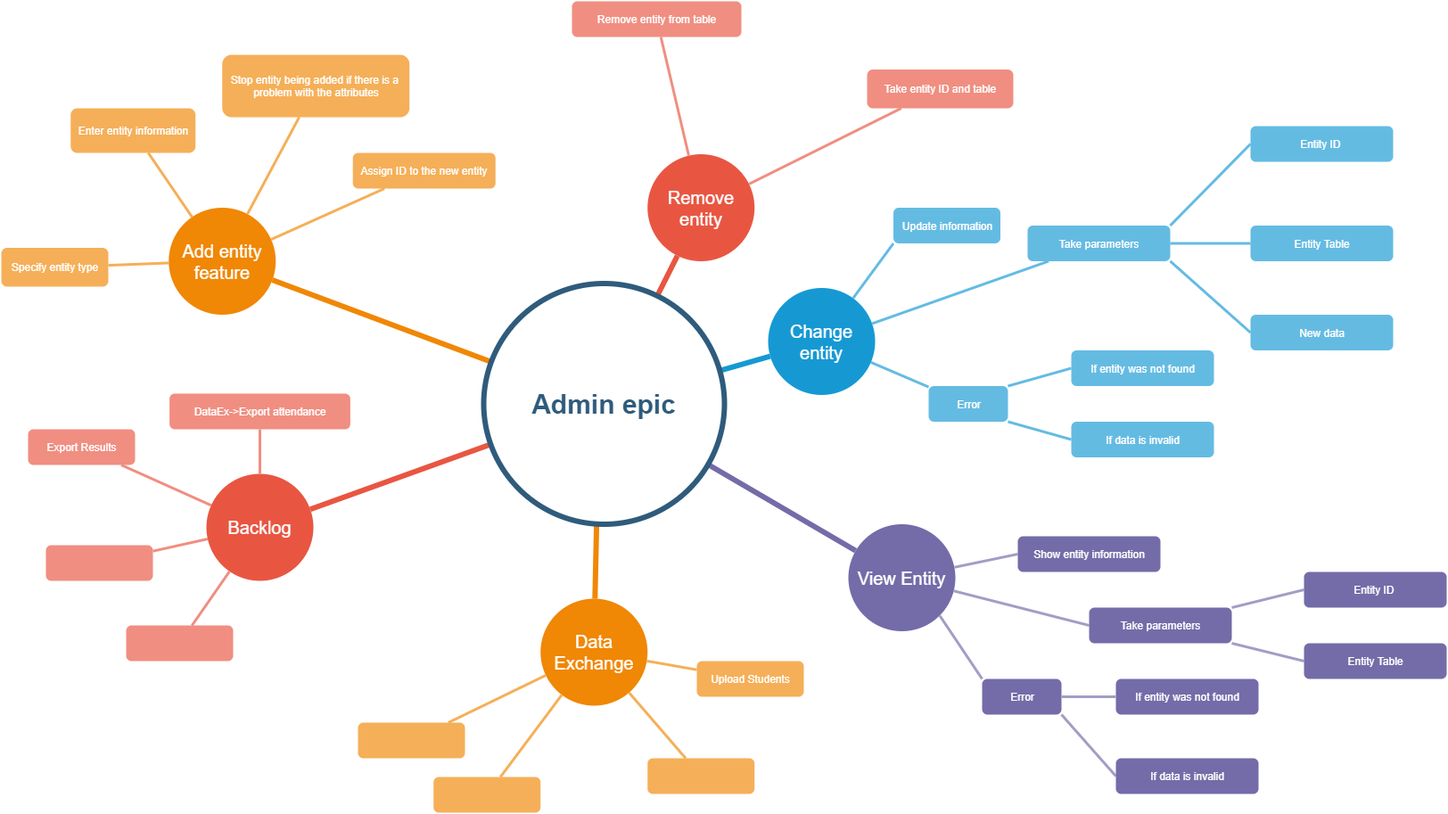
Earlier version of the draw.io export 2021/specs/studmgr/admin/admin.png (JohnAPedagogy/ProgressiveStudentHackathon). Source tidied: cells renumbered, new cells last; positions are measured from the earlier drawing's top-left corner, leaving out a move shared by most shapes.
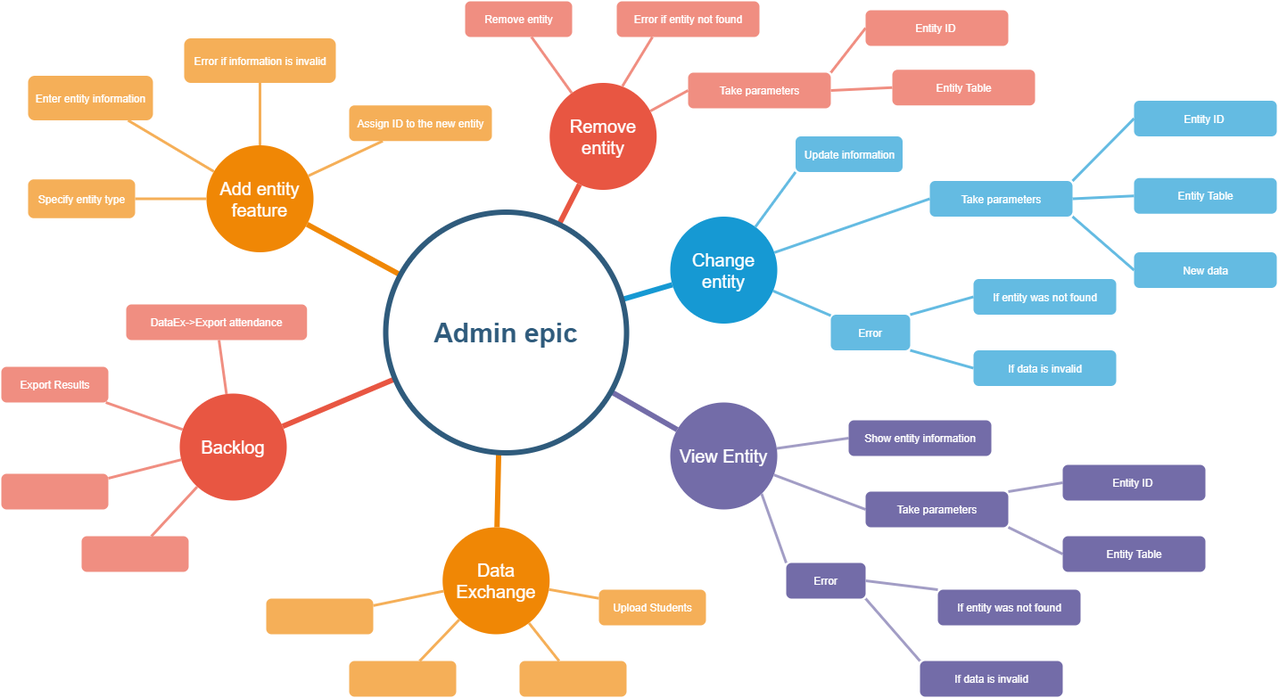
The same file after the commit.

Commit message:
Admin diagram updated

What changed in the source:
```diff
@@ -3,7 +3,7 @@
     <mxCell id="0" />
     <mxCell id="1" parent="0" />
     <mxCell id="2" value="Add entity feature" style="ellipse;whiteSpace=wrap;html=1;shadow=0;fontFamily=Helvetica;fontSize=20;fontColor=#FFFFFF;align=center;strokeWidth=3;fillColor=#F08705;strokeColor=none;gradientColor=none;" parent="1" vertex="1">
-      <mxGeometry x="187.8" y="231.5" width="120" height="120" as="geometry" />
+      <mxGeometry x="340" y="241.5" width="120" height="120" as="geometry" />
     </mxCell>
     <mxCell id="3" value="Remove entity" style="ellipse;whiteSpace=wrap;html=1;shadow=0;fontFamily=Helvetica;fontSize=20;fontColor=#FFFFFF;align=center;strokeWidth=3;fillColor=#E85642;strokeColor=none;" parent="1" vertex="1">
       <mxGeometry x="724.8" y="171.5" width="120" height="120" as="geometry" />
@@ -12,13 +12,13 @@
       <mxGeometry x="860" y="321.5" width="120" height="120" as="geometry" />
     </mxCell>
     <mxCell id="5" value="View Entity" style="ellipse;whiteSpace=wrap;html=1;shadow=0;fontFamily=Helvetica;fontSize=20;fontColor=#FFFFFF;align=center;strokeWidth=3;strokeColor=none;fillColor=#736CA8;" parent="1" vertex="1">
-      <mxGeometry x="950" y="586.5" width="120" height="120" as="geometry" />
+      <mxGeometry x="860" y="530" width="120" height="120" as="geometry" />
     </mxCell>
     <mxCell id="6" value="Data Exchange" style="ellipse;whiteSpace=wrap;html=1;shadow=0;fontFamily=Helvetica;fontSize=20;fontColor=#FFFFFF;align=center;strokeWidth=3;fillColor=#F08705;strokeColor=none;" parent="1" vertex="1">
       <mxGeometry x="604.8" y="670" width="120" height="120" as="geometry" />
     </mxCell>
     <mxCell id="7" value="Backlog" style="ellipse;whiteSpace=wrap;html=1;shadow=0;fontFamily=Helvetica;fontSize=20;fontColor=#FFFFFF;align=center;strokeWidth=3;fillColor=#E85642;strokeColor=none;" parent="1" vertex="1">
-      <mxGeometry x="230" y="530" width="120" height="120" as="geometry" />
+      <mxGeometry x="310" y="520" width="120" height="120" as="geometry" />
     </mxCell>
     <mxCell id="8" style="endArrow=none;strokeWidth=6;strokeColor=#f08705;html=1;" parent="1" edge="1" source="49" target="2">
       <mxGeometry relative="1" as="geometry" />
@@ -39,16 +39,16 @@
       <mxGeometry x="181" y="226.5" as="geometry" />
     </mxCell>
     <mxCell id="14" value="Specify entity type" style="rounded=1;fillColor=#f5af58;strokeColor=none;strokeWidth=3;shadow=0;html=1;fontColor=#FFFFFF;" parent="1" vertex="1">
-      <mxGeometry y="276.5" width="120" height="43.5" as="geometry" />
+      <mxGeometry x="140" y="279.8" width="120" height="43.5" as="geometry" />
     </mxCell>
     <mxCell id="15" value="Enter entity information" style="rounded=1;fillColor=#f5af58;strokeColor=none;strokeWidth=3;shadow=0;html=1;fontColor=#FFFFFF;" parent="1" vertex="1">
-      <mxGeometry x="77.8" y="120" width="140" height="50" as="geometry" />
+      <mxGeometry x="140" y="163.5" width="140" height="50" as="geometry" />
     </mxCell>
-    <mxCell id="16" value="Stop entity being added if there is a &lt;br&gt;problem with the attributes" style="rounded=1;fillColor=#f5af58;strokeColor=none;strokeWidth=3;shadow=0;html=1;fontColor=#FFFFFF;" parent="1" vertex="1">
-      <mxGeometry x="247.8" y="60" width="210" height="70" as="geometry" />
+    <mxCell id="16" value="Error if information is invalid" style="rounded=1;fillColor=#f5af58;strokeColor=none;strokeWidth=3;shadow=0;html=1;fontColor=#FFFFFF;" parent="1" vertex="1">
+      <mxGeometry x="315" y="121.5" width="170" height="50" as="geometry" />
     </mxCell>
     <mxCell id="17" value="Assign ID to the new entity" style="rounded=1;fillColor=#f5af58;strokeColor=none;strokeWidth=3;shadow=0;html=1;fontColor=#FFFFFF;" parent="1" vertex="1">
-      <mxGeometry x="394.2" y="170" width="160" height="40" as="geometry" />
+      <mxGeometry x="500" y="196.8" width="160" height="40" as="geometry" />
     </mxCell>
     <mxCell id="18" style="edgeStyle=none;endArrow=none;strokeWidth=3;strokeColor=#F5AF58;html=1;" parent="1" edge="1" source="2" target="14">
       <mxGeometry x="-452.2" y="221.5" as="geometry" />
@@ -62,20 +62,17 @@
     <mxCell id="21" style="edgeStyle=none;endArrow=none;strokeWidth=3;strokeColor=#F5AF58;html=1;" parent="1" edge="1" source="2" target="17">
       <mxGeometry x="-452.2" y="221.5" as="geometry" />
     </mxCell>
-    <mxCell id="22" value="Remove entity from table" style="rounded=1;fillColor=#f08e81;strokeColor=none;strokeWidth=3;shadow=0;html=1;fontColor=#FFFFFF;" parent="1" vertex="1">
-      <mxGeometry x="640" width="190" height="40" as="geometry" />
+    <mxCell id="22" value="Remove entity" style="rounded=1;fillColor=#f08e81;strokeColor=none;strokeWidth=3;shadow=0;html=1;fontColor=#FFFFFF;" parent="1" vertex="1">
+      <mxGeometry x="630" y="80" width="120" height="40" as="geometry" />
     </mxCell>
-    <mxCell id="23" value="Take entity ID and table" style="rounded=1;fillColor=#f08e81;strokeColor=none;strokeWidth=3;shadow=0;html=1;fontColor=#FFFFFF;" parent="1" vertex="1">
-      <mxGeometry x="971" y="76.5" width="164" height="43.5" as="geometry" />
-    </mxCell>
     <mxCell id="24" style="edgeStyle=none;endArrow=none;strokeWidth=3;strokeColor=#F08E81;html=1;" parent="1" edge="1" source="3" target="22">
       <mxGeometry x="-227.8" y="116.5" as="geometry" />
     </mxCell>
-    <mxCell id="25" style="edgeStyle=none;endArrow=none;strokeWidth=3;strokeColor=#F08E81;html=1;" parent="1" edge="1" source="3" target="23">
+    <mxCell id="25" style="edgeStyle=none;endArrow=none;strokeWidth=3;strokeColor=#F08E81;html=1;entryX=0;entryY=0.5;entryDx=0;entryDy=0;" parent="1" edge="1" source="3" target="73">
       <mxGeometry x="-227.8" y="116.5" as="geometry" />
     </mxCell>
     <mxCell id="26" value="Take parameters" style="rounded=1;fillColor=#64BBE2;strokeColor=none;strokeWidth=3;shadow=0;html=1;fontColor=#FFFFFF;" parent="1" vertex="1">
-      <mxGeometry x="1151" y="251.5" width="160" height="40" as="geometry" />
+      <mxGeometry x="1151" y="281.5" width="160" height="40" as="geometry" />
     </mxCell>
     <mxCell id="27" value="Update information" style="rounded=1;fillColor=#64BBE2;strokeColor=none;strokeWidth=3;shadow=0;html=1;fontColor=#FFFFFF;" parent="1" vertex="1">
       <mxGeometry x="1000.5" y="231.5" width="120" height="40" as="geometry" />
@@ -83,7 +80,7 @@
     <mxCell id="28" value="Error" style="rounded=1;fillColor=#64BBE2;strokeColor=none;strokeWidth=3;shadow=0;html=1;fontColor=#FFFFFF;" parent="1" vertex="1">
       <mxGeometry x="1040" y="431.5" width="89" height="40" as="geometry" />
     </mxCell>
-    <mxCell id="29" style="edgeStyle=none;endArrow=none;strokeWidth=3;strokeColor=#64BBE2;html=1;" parent="1" edge="1" source="4" target="26">
+    <mxCell id="29" style="edgeStyle=none;endArrow=none;strokeWidth=3;strokeColor=#64BBE2;html=1;entryX=0;entryY=0.5;entryDx=0;entryDy=0;" parent="1" edge="1" source="4" target="26">
       <mxGeometry x="-84" y="148" as="geometry" />
     </mxCell>
     <mxCell id="30" style="edgeStyle=none;endArrow=none;strokeWidth=3;strokeColor=#64BBE2;html=1;entryX=0;entryY=1;entryDx=0;entryDy=0;" parent="1" edge="1" source="4" target="27">
@@ -96,13 +93,13 @@
       <mxGeometry x="181" y="-168.5" as="geometry" />
     </mxCell>
     <mxCell id="33" style="rounded=1;fillColor=#f5af58;strokeColor=none;strokeWidth=3;shadow=0;html=1;fontColor=#FFFFFF;" parent="1" vertex="1">
-      <mxGeometry x="724.8" y="849" width="120" height="40" as="geometry" />
+      <mxGeometry x="691" y="820" width="120" height="40" as="geometry" />
     </mxCell>
     <mxCell id="34" style="rounded=1;fillColor=#f5af58;strokeColor=none;strokeWidth=3;shadow=0;html=1;fontColor=#FFFFFF;" parent="1" vertex="1">
-      <mxGeometry x="484.8" y="870" width="120" height="40" as="geometry" />
+      <mxGeometry x="500" y="820" width="120" height="40" as="geometry" />
     </mxCell>
     <mxCell id="35" style="rounded=1;fillColor=#f5af58;strokeColor=none;strokeWidth=3;shadow=0;html=1;fontColor=#FFFFFF;" parent="1" vertex="1">
-      <mxGeometry x="400" y="809" width="120" height="40" as="geometry" />
+      <mxGeometry x="407" y="750" width="120" height="40" as="geometry" />
     </mxCell>
     <mxCell id="36" value="Upload Students" style="rounded=1;fillColor=#f5af58;strokeColor=none;strokeWidth=3;shadow=0;html=1;fontColor=#FFFFFF;" parent="1" vertex="1">
       <mxGeometry x="780" y="740" width="120" height="40" as="geometry" />
@@ -120,16 +117,16 @@
       <mxGeometry x="111" y="-123.5" as="geometry" />
     </mxCell>
     <mxCell id="41" value="DataEx-&amp;gt;Export attendance" style="rounded=1;fillColor=#f08e81;strokeColor=none;strokeWidth=3;shadow=0;html=1;fontColor=#FFFFFF;" parent="1" vertex="1">
-      <mxGeometry x="188.6" y="440" width="202.8" height="40" as="geometry" />
+      <mxGeometry x="250" y="420" width="202.8" height="40" as="geometry" />
     </mxCell>
     <mxCell id="42" value="Export Results" style="rounded=1;fillColor=#f08e81;strokeColor=none;strokeWidth=3;shadow=0;html=1;fontColor=#FFFFFF;" parent="1" vertex="1">
-      <mxGeometry x="30" y="480" width="120" height="40" as="geometry" />
+      <mxGeometry x="110" y="490" width="120" height="40" as="geometry" />
     </mxCell>
     <mxCell id="43" style="rounded=1;fillColor=#f08e81;strokeColor=none;strokeWidth=3;shadow=0;html=1;fontColor=#FFFFFF;" parent="1" vertex="1">
-      <mxGeometry x="50" y="610" width="120" height="40" as="geometry" />
+      <mxGeometry x="110" y="610" width="120" height="40" as="geometry" />
     </mxCell>
     <mxCell id="44" style="rounded=1;fillColor=#f08e81;strokeColor=none;strokeWidth=3;shadow=0;html=1;fontColor=#FFFFFF;" parent="1" vertex="1">
-      <mxGeometry x="140" y="700" width="120" height="40" as="geometry" />
+      <mxGeometry x="200" y="680" width="120" height="40" as="geometry" />
     </mxCell>
     <mxCell id="45" style="edgeStyle=none;endArrow=none;strokeWidth=3;strokeColor=#F08E81;html=1;" parent="1" edge="1" source="7" target="41">
       <mxGeometry x="30" y="-88.5" as="geometry" />
@@ -165,55 +162,76 @@
       <mxGeometry x="7" y="8" as="geometry" />
     </mxCell>
     <mxCell id="56" value="Entity ID&amp;nbsp;" style="rounded=1;fillColor=#64BBE2;strokeColor=none;strokeWidth=3;shadow=0;html=1;fontColor=#FFFFFF;" parent="1" vertex="1">
-      <mxGeometry x="1401" y="140" width="160" height="40" as="geometry" />
+      <mxGeometry x="1380" y="191.5" width="160" height="40" as="geometry" />
     </mxCell>
     <mxCell id="57" style="edgeStyle=none;endArrow=none;strokeWidth=3;strokeColor=#64BBE2;html=1;entryX=1;entryY=1;entryDx=0;entryDy=0;exitX=0;exitY=0.5;exitDx=0;exitDy=0;" parent="1" edge="1" source="58" target="26">
       <mxGeometry x="38" y="186.5" as="geometry" />
     </mxCell>
     <mxCell id="58" value="New data" style="rounded=1;fillColor=#64BBE2;strokeColor=none;strokeWidth=3;shadow=0;html=1;fontColor=#FFFFFF;" parent="1" vertex="1">
-      <mxGeometry x="1401" y="351.5" width="160" height="40" as="geometry" />
+      <mxGeometry x="1380" y="361.5" width="160" height="40" as="geometry" />
     </mxCell>
     <mxCell id="59" style="edgeStyle=none;endArrow=none;strokeWidth=3;strokeColor=#64BBE2;html=1;entryX=1;entryY=0.5;entryDx=0;entryDy=0;exitX=0;exitY=0.5;exitDx=0;exitDy=0;" parent="1" edge="1" source="60" target="26">
       <mxGeometry x="96" y="108" as="geometry" />
     </mxCell>
     <mxCell id="60" value="Entity Table" style="rounded=1;fillColor=#64BBE2;strokeColor=none;strokeWidth=3;shadow=0;html=1;fontColor=#FFFFFF;" parent="1" vertex="1">
-      <mxGeometry x="1401" y="251.5" width="160" height="40" as="geometry" />
+      <mxGeometry x="1380" y="278.2" width="160" height="40" as="geometry" />
     </mxCell>
     <mxCell id="61" value="Take parameters" style="strokeWidth=3;html=1;strokeColor=none;fontSize=12;rounded=1;shadow=0;fillColor=#736CA8;fontColor=#FFFFFF;" parent="1" vertex="1">
-      <mxGeometry x="1220" y="680" width="160" height="40" as="geometry" />
+      <mxGeometry x="1079" y="630" width="160" height="40" as="geometry" />
     </mxCell>
     <mxCell id="62" value="&lt;font color=&quot;#ffffff&quot;&gt;Show entity information&lt;/font&gt;" style="strokeWidth=3;html=1;fontSize=12;rounded=1;shadow=0;strokeColor=none;fillColor=#736CA8;" parent="1" vertex="1">
-      <mxGeometry x="1140" y="600" width="160" height="40" as="geometry" />
+      <mxGeometry x="1060" y="550" width="160" height="40" as="geometry" />
     </mxCell>
     <mxCell id="63" value="Error" style="strokeWidth=3;html=1;strokeColor=none;fontSize=12;rounded=1;shadow=0;fillColor=#736CA8;fontColor=#FFFFFF;" parent="1" vertex="1">
-      <mxGeometry x="1100" y="760" width="89" height="40" as="geometry" />
+      <mxGeometry x="990" y="710" width="89" height="40" as="geometry" />
     </mxCell>
     <mxCell id="64" value="If entity was not found" style="strokeWidth=3;html=1;strokeColor=none;fontSize=12;rounded=1;shadow=0;fillColor=#736CA8;fontColor=#FFFFFF;" parent="1" vertex="1">
-      <mxGeometry x="1250" y="760" width="160" height="40" as="geometry" />
+      <mxGeometry x="1160" y="740" width="160" height="40" as="geometry" />
     </mxCell>
-    <mxCell id="65" style="edgeStyle=none;endArrow=none;strokeWidth=3;html=1;entryX=1;entryY=1;entryDx=0;entryDy=0;exitX=0;exitY=0.5;exitDx=0;exitDy=0;strokeColor=#A29DC5;fontSize=11;fontColor=#FFFFFF;" parent="1" edge="1" source="66" target="63">
+    <mxCell id="65" style="edgeStyle=none;endArrow=none;strokeWidth=3;html=1;entryX=1;entryY=1;entryDx=0;entryDy=0;exitX=0;exitY=0;exitDx=0;exitDy=0;strokeColor=#A29DC5;fontSize=11;fontColor=#FFFFFF;" parent="1" edge="1" source="66" target="63">
       <mxGeometry x="58" y="714" as="geometry" />
     </mxCell>
     <mxCell id="66" value="If data is invalid" style="strokeWidth=3;html=1;strokeColor=none;fontSize=12;rounded=1;shadow=0;fillColor=#736CA8;fontColor=#FFFFFF;" parent="1" vertex="1">
-      <mxGeometry x="1250" y="849" width="160" height="40" as="geometry" />
+      <mxGeometry x="1140" y="820" width="160" height="40" as="geometry" />
     </mxCell>
     <mxCell id="67" style="edgeStyle=none;endArrow=none;strokeWidth=3;html=1;entryX=1;entryY=0;entryDx=0;entryDy=0;exitX=0;exitY=0.5;exitDx=0;exitDy=0;strokeColor=#A29DC5;fontSize=11;fontColor=#FFFFFF;" parent="1" edge="1" source="68" target="61">
       <mxGeometry x="306.5" y="476.5" as="geometry" />
     </mxCell>
     <mxCell id="68" value="Entity ID&amp;nbsp;" style="strokeWidth=3;html=1;strokeColor=none;fontSize=12;rounded=1;shadow=0;fillColor=#736CA8;fontColor=#FFFFFF;" parent="1" vertex="1">
-      <mxGeometry x="1461" y="640" width="160" height="40" as="geometry" />
+      <mxGeometry x="1300" y="600" width="160" height="40" as="geometry" />
     </mxCell>
     <mxCell id="69" style="edgeStyle=none;endArrow=none;strokeWidth=3;html=1;entryX=1;entryY=1;entryDx=0;entryDy=0;exitX=0;exitY=0.5;exitDx=0;exitDy=0;strokeColor=#A29DC5;fontSize=11;fontColor=#FFFFFF;" parent="1" edge="1" source="70" target="61">
       <mxGeometry x="395.5" y="576.5" as="geometry" />
     </mxCell>
     <mxCell id="70" value="Entity Table" style="strokeWidth=3;html=1;strokeColor=none;fontSize=12;rounded=1;shadow=0;fillColor=#736CA8;fontColor=#FFFFFF;" parent="1" vertex="1">
-      <mxGeometry x="1461" y="720" width="160" height="40" as="geometry" />
+      <mxGeometry x="1300" y="680" width="160" height="40" as="geometry" />
     </mxCell>
     <mxCell id="71" style="edgeStyle=none;endArrow=none;strokeWidth=3;strokeColor=#A29DC5;html=1;entryX=0;entryY=0;entryDx=0;entryDy=0;exitX=1;exitY=1;exitDx=0;exitDy=0;" parent="1" edge="1" source="5" target="63">
       <mxGeometry x="-1234" y="-463.5" as="geometry" />
     </mxCell>
-    <mxCell id="72" style="edgeStyle=none;endArrow=none;strokeWidth=3;html=1;entryX=1;entryY=0.5;entryDx=0;entryDy=0;exitX=0;exitY=0.5;exitDx=0;exitDy=0;strokeColor=#A29DC5;fontSize=11;fontColor=#FFFFFF;" parent="1" edge="1" source="64" target="63">
+    <mxCell id="72" style="edgeStyle=none;endArrow=none;strokeWidth=3;html=1;entryX=1;entryY=0.5;entryDx=0;entryDy=0;exitX=0;exitY=0;exitDx=0;exitDy=0;strokeColor=#A29DC5;fontSize=11;fontColor=#FFFFFF;" parent="1" edge="1" source="64" target="63">
       <mxGeometry x="316.5" y="486.5" as="geometry" />
     </mxCell>
+    <mxCell id="73" value="Take parameters" style="rounded=1;fillColor=#f08e81;strokeColor=none;strokeWidth=3;shadow=0;html=1;fontColor=#FFFFFF;" parent="1" vertex="1">
+      <mxGeometry x="880" y="160" width="160" height="40" as="geometry" />
+    </mxCell>
+    <mxCell id="74" style="edgeStyle=none;endArrow=none;strokeWidth=3;strokeColor=#F08E81;html=1;entryX=1;entryY=0;entryDx=0;entryDy=0;exitX=0;exitY=0.5;exitDx=0;exitDy=0;" parent="1" edge="1" source="75" target="73">
+      <mxGeometry x="-264" y="-113.5" as="geometry" />
+    </mxCell>
+    <mxCell id="75" value="Entity ID&amp;nbsp;" style="rounded=1;fillColor=#f08e81;strokeColor=none;strokeWidth=3;shadow=0;html=1;fontColor=#FFFFFF;" parent="1" vertex="1">
+      <mxGeometry x="1079" y="90" width="160" height="40" as="geometry" />
+    </mxCell>
+    <mxCell id="76" style="edgeStyle=none;endArrow=none;strokeWidth=3;strokeColor=#F08E81;html=1;entryX=1;entryY=0.5;entryDx=0;entryDy=0;exitX=0;exitY=0.5;exitDx=0;exitDy=0;" parent="1" edge="1" source="77" target="73">
+      <mxGeometry x="-175" y="-13.5" as="geometry" />
+    </mxCell>
+    <mxCell id="77" value="Entity Table" style="rounded=1;fillColor=#f08e81;strokeColor=none;strokeWidth=3;shadow=0;html=1;fontColor=#FFFFFF;" parent="1" vertex="1">
+      <mxGeometry x="1109" y="156.8" width="160" height="40" as="geometry" />
+    </mxCell>
+    <mxCell id="78" value="Error if entity not found" style="rounded=1;fillColor=#f08e81;strokeColor=none;strokeWidth=3;shadow=0;html=1;fontColor=#FFFFFF;" parent="1" vertex="1">
+      <mxGeometry x="800" y="80" width="160" height="40" as="geometry" />
+    </mxCell>
+    <mxCell id="79" style="edgeStyle=none;endArrow=none;strokeWidth=3;strokeColor=#F08E81;html=1;entryX=0.25;entryY=1;entryDx=0;entryDy=0;exitX=0.68;exitY=0.031;exitDx=0;exitDy=0;exitPerimeter=0;" parent="1" edge="1" source="3" target="78">
+      <mxGeometry x="-217.8" y="126.5" as="geometry" />
+    </mxCell>
   </root>
 </mxGraphModel>
```
